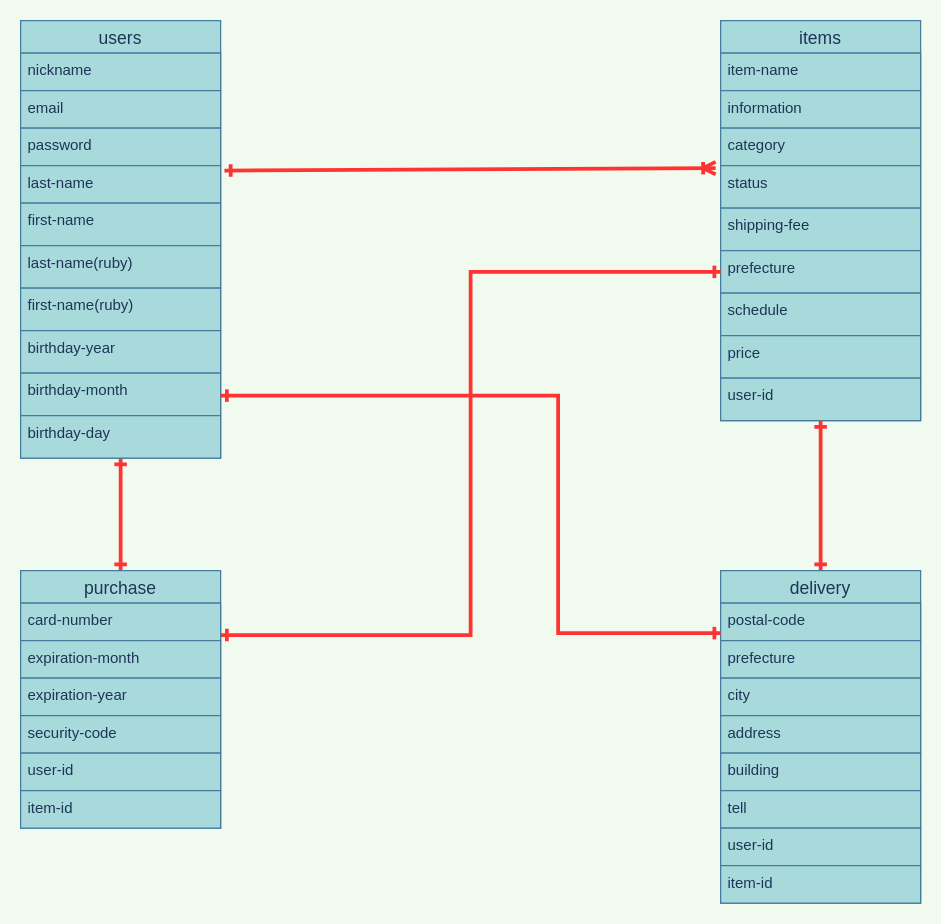
takatakaakiaki/furima-34589 keeps this draw.io diagram as er.dio. Above is the earlier version. Source tidied: cells renumbered, new cells numbered last; positions are measured from the earlier drawing's top-left corner, leaving out a move shared by most shapes. Both pictures are drawn from the tidied source at 125%, with x=0, y=0 at pixel (20, 20).
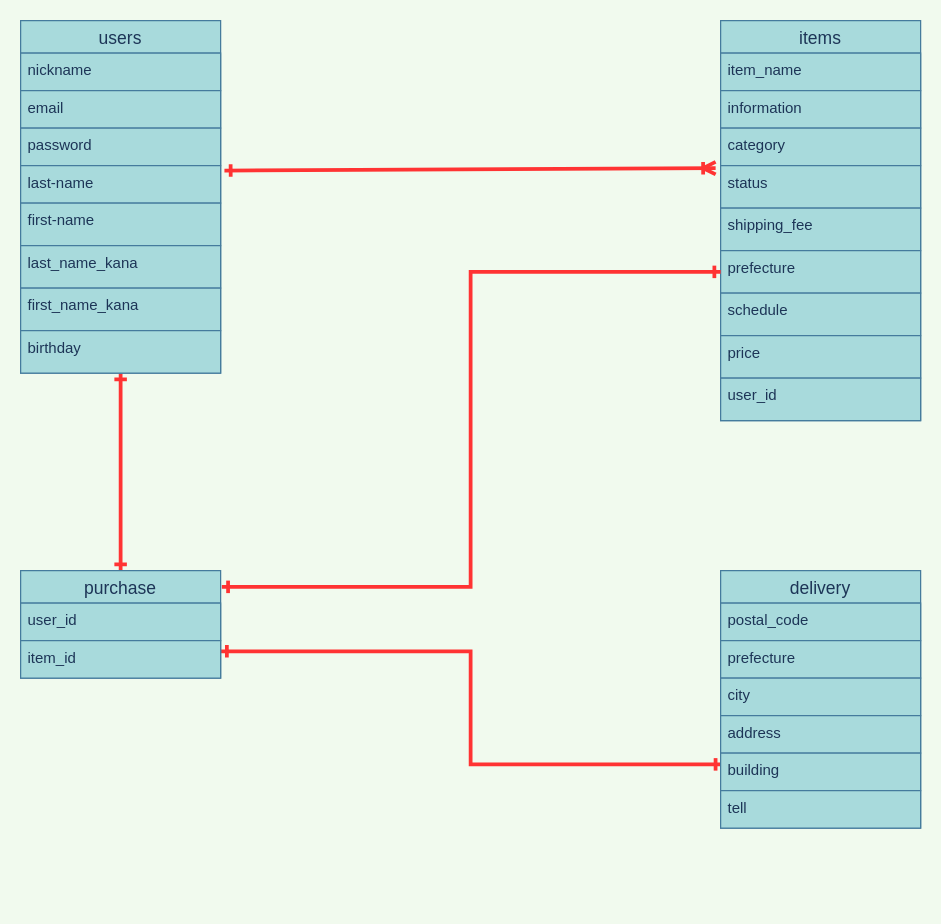
After the change.

Unchanged cells that the change refers to:
```xml
<mxCell id="14" value="items" style="swimlane;fontStyle=0;horizontal=1;startSize=26;align=center;fontSize=14;fillColor=#A8DADC;strokeColor=#457B9D;fontColor=#1D3557;" parent="1" vertex="1">
  <mxGeometry x="560" width="160" height="320" as="geometry" />
</mxCell>
<mxCell id="20" value="prefecture" style="text;strokeColor=#457B9D;fillColor=#A8DADC;spacingLeft=4;spacingRight=4;overflow=hidden;points=[[0,0.5],[1,0.5]];portConstraint=eastwest;fontSize=12;fontColor=#1D3557;" parent="14" vertex="1">
  <mxGeometry y="184" width="160" height="34" as="geometry" />
</mxCell>
<mxCell id="38" value="building" style="text;strokeColor=#457B9D;fillColor=#A8DADC;spacingLeft=4;spacingRight=4;overflow=hidden;points=[[0,0.5],[1,0.5]];portConstraint=eastwest;fontSize=12;fontColor=#1D3557;" parent="33" vertex="1">
  <mxGeometry y="146" width="160" height="30" as="geometry" />
</mxCell>
```

Diff of the diagram source:
```diff
@@
     <mxCell id="3" value="users" style="swimlane;fontStyle=0;horizontal=1;startSize=26;align=center;fontSize=14;fillColor=#A8DADC;strokeColor=#457B9D;fontColor=#1D3557;" parent="1" vertex="1">
-      <mxGeometry width="160" height="350" as="geometry" />
+      <mxGeometry width="160" height="282" as="geometry" />
     </mxCell>
@@
-    <mxCell id="9" value="last-name(ruby)" style="text;strokeColor=#457B9D;fillColor=#A8DADC;spacingLeft=4;spacingRight=4;overflow=hidden;fontSize=12;fontColor=#1D3557;" parent="3" vertex="1">
+    <mxCell id="9" value="last_name_kana" style="text;strokeColor=#457B9D;fillColor=#A8DADC;spacingLeft=4;spacingRight=4;overflow=hidden;fontSize=12;fontColor=#1D3557;" parent="3" vertex="1">
       <mxGeometry y="180" width="160" height="34" as="geometry" />
     </mxCell>
-    <mxCell id="10" value="first-name(ruby)" style="text;strokeColor=#457B9D;fillColor=#A8DADC;spacingLeft=4;spacingRight=4;overflow=hidden;fontSize=12;fontColor=#1D3557;" parent="3" vertex="1">
+    <mxCell id="10" value="first_name_kana" style="text;strokeColor=#457B9D;fillColor=#A8DADC;spacingLeft=4;spacingRight=4;overflow=hidden;fontSize=12;fontColor=#1D3557;" parent="3" vertex="1">
       <mxGeometry y="214" width="160" height="34" as="geometry" />
     </mxCell>
-    <mxCell id="11" value="birthday-year" style="text;strokeColor=#457B9D;fillColor=#A8DADC;spacingLeft=4;spacingRight=4;overflow=hidden;fontSize=12;fontColor=#1D3557;" parent="3" vertex="1">
+    <mxCell id="11" value="birthday" style="text;strokeColor=#457B9D;fillColor=#A8DADC;spacingLeft=4;spacingRight=4;overflow=hidden;fontSize=12;fontColor=#1D3557;" parent="3" vertex="1">
       <mxGeometry y="248" width="160" height="34" as="geometry" />
     </mxCell>
-    <mxCell id="12" value="birthday-month" style="text;strokeColor=#457B9D;fillColor=#A8DADC;spacingLeft=4;spacingRight=4;overflow=hidden;fontSize=12;fontColor=#1D3557;" parent="3" vertex="1">
-      <mxGeometry y="282" width="160" height="34" as="geometry" />
-    </mxCell>
-    <mxCell id="13" value="birthday-day" style="text;strokeColor=#457B9D;fillColor=#A8DADC;spacingLeft=4;spacingRight=4;overflow=hidden;fontSize=12;fontColor=#1D3557;" parent="3" vertex="1">
-      <mxGeometry y="316" width="160" height="34" as="geometry" />
-    </mxCell>
@@
-    <mxCell id="15" value="item-name" style="text;strokeColor=#457B9D;fillColor=#A8DADC;spacingLeft=4;spacingRight=4;overflow=hidden;fontSize=12;fontColor=#1D3557;" parent="14" vertex="1">
+    <mxCell id="15" value="item_name" style="text;strokeColor=#457B9D;fillColor=#A8DADC;spacingLeft=4;spacingRight=4;overflow=hidden;fontSize=12;fontColor=#1D3557;" parent="14" vertex="1">
       <mxGeometry y="26" width="160" height="30" as="geometry" />
     </mxCell>
@@
-    <mxCell id="19" value="shipping-fee" style="text;strokeColor=#457B9D;fillColor=#A8DADC;spacingLeft=4;spacingRight=4;overflow=hidden;fontSize=12;fontColor=#1D3557;" parent="14" vertex="1">
+    <mxCell id="19" value="shipping_fee" style="text;strokeColor=#457B9D;fillColor=#A8DADC;spacingLeft=4;spacingRight=4;overflow=hidden;fontSize=12;fontColor=#1D3557;" parent="14" vertex="1">
       <mxGeometry y="150" width="160" height="34" as="geometry" />
     </mxCell>
@@
-    <mxCell id="23" value="user-id" style="text;strokeColor=#457B9D;fillColor=#A8DADC;spacingLeft=4;spacingRight=4;overflow=hidden;fontSize=12;fontColor=#1D3557;" parent="14" vertex="1">
+    <mxCell id="23" value="user_id" style="text;strokeColor=#457B9D;fillColor=#A8DADC;spacingLeft=4;spacingRight=4;overflow=hidden;fontSize=12;fontColor=#1D3557;" parent="14" vertex="1">
       <mxGeometry y="286" width="160" height="34" as="geometry" />
     </mxCell>
-    <mxCell id="24" style="edgeStyle=orthogonalEdgeStyle;rounded=0;sketch=0;jettySize=auto;html=1;exitX=1;exitY=0.25;exitDx=0;exitDy=0;startArrow=ERone;startFill=0;endArrow=ERone;endFill=0;strokeColor=#FF3333;strokeWidth=3;fillColor=#A8DADC;fontColor=#FF3333;entryX=0;entryY=0.5;entryDx=0;entryDy=0;" parent="1" edge="1" source="25" target="20">
+    <mxCell id="24" style="edgeStyle=orthogonalEdgeStyle;rounded=0;sketch=0;jettySize=auto;html=1;exitX=1.006;exitY=0.151;exitDx=0;exitDy=0;startArrow=ERone;startFill=0;endArrow=ERone;endFill=0;strokeColor=#FF3333;strokeWidth=3;fillColor=#A8DADC;fontColor=#FF3333;entryX=0;entryY=0.5;entryDx=0;entryDy=0;exitPerimeter=0;" parent="1" edge="1" source="25" target="20">
       <mxGeometry relative="1" as="geometry" />
     </mxCell>
+    <mxCell id="44" style="edgeStyle=orthogonalEdgeStyle;rounded=0;sketch=0;jettySize=auto;html=1;exitX=1;exitY=0.75;exitDx=0;exitDy=0;entryX=0.006;entryY=0.3;entryDx=0;entryDy=0;entryPerimeter=0;startArrow=ERone;startFill=0;endArrow=ERone;endFill=0;strokeColor=#FF3333;strokeWidth=3;fillColor=#A8DADC;fontColor=#FF3333;" parent="1" edge="1" source="25" target="38">
+      <mxGeometry relative="1" as="geometry" />
+    </mxCell>
     <mxCell id="25" value="purchase" style="swimlane;fontStyle=0;horizontal=1;startSize=26;align=center;fontSize=14;fillColor=#A8DADC;strokeColor=#457B9D;fontColor=#1D3557;" parent="1" vertex="1">
-      <mxGeometry y="440" width="160" height="206" as="geometry" />
+      <mxGeometry y="440" width="160" height="86" as="geometry" />
     </mxCell>
-    <mxCell id="26" value="card-number" style="text;strokeColor=#457B9D;fillColor=#A8DADC;spacingLeft=4;spacingRight=4;overflow=hidden;fontSize=12;fontColor=#1D3557;" parent="25" vertex="1">
-      <mxGeometry y="26" width="160" height="30" as="geometry" />
-    </mxCell>
-    <mxCell id="27" value="expiration-month" style="text;strokeColor=#457B9D;fillColor=#A8DADC;spacingLeft=4;spacingRight=4;overflow=hidden;fontSize=12;fontColor=#1D3557;" parent="25" vertex="1">
-      <mxGeometry y="56" width="160" height="30" as="geometry" />
-    </mxCell>
-    <mxCell id="28" value="expiration-year" style="text;strokeColor=#457B9D;fillColor=#A8DADC;spacingLeft=4;spacingRight=4;overflow=hidden;fontSize=12;fontColor=#1D3557;" parent="25" vertex="1">
-      <mxGeometry y="86" width="160" height="30" as="geometry" />
-    </mxCell>
-    <mxCell id="29" value="security-code" style="text;strokeColor=#457B9D;fillColor=#A8DADC;spacingLeft=4;spacingRight=4;overflow=hidden;fontSize=12;fontColor=#1D3557;" parent="25" vertex="1">
-      <mxGeometry y="116" width="160" height="30" as="geometry" />
-    </mxCell>
-    <mxCell id="30" value="user-id" style="text;strokeColor=#457B9D;fillColor=#A8DADC;spacingLeft=4;spacingRight=4;overflow=hidden;fontSize=12;fontColor=#1D3557;" parent="25" vertex="1">
-      <mxGeometry y="146" width="160" height="30" as="geometry" />
+    <mxCell id="30" value="user_id" style="text;strokeColor=#457B9D;fillColor=#A8DADC;spacingLeft=4;spacingRight=4;overflow=hidden;fontSize=12;fontColor=#1D3557;" parent="25" vertex="1">
+      <mxGeometry y="26" width="160" height="30" as="geometry" />
     </mxCell>
-    <mxCell id="31" value="item-id" style="text;strokeColor=#457B9D;fillColor=#A8DADC;spacingLeft=4;spacingRight=4;overflow=hidden;fontSize=12;fontColor=#1D3557;" parent="25" vertex="1">
-      <mxGeometry y="176" width="160" height="30" as="geometry" />
+    <mxCell id="31" value="item_id" style="text;strokeColor=#457B9D;fillColor=#A8DADC;spacingLeft=4;spacingRight=4;overflow=hidden;fontSize=12;fontColor=#1D3557;" parent="25" vertex="1">
+      <mxGeometry y="56" width="160" height="30" as="geometry" />
     </mxCell>
-    <mxCell id="32" style="edgeStyle=orthogonalEdgeStyle;curved=0;rounded=1;sketch=0;jettySize=auto;html=1;exitX=0.5;exitY=0;exitDx=0;exitDy=0;entryX=0.5;entryY=1;entryDx=0;entryDy=0;startArrow=ERone;startFill=0;endArrow=ERone;endFill=0;strokeColor=#FF3333;strokeWidth=3;fillColor=#A8DADC;fontColor=#FF3333;" parent="1" edge="1" source="33" target="14">
-      <mxGeometry relative="1" as="geometry" />
-    </mxCell>
     <mxCell id="33" value="delivery" style="swimlane;fontStyle=0;horizontal=1;startSize=26;align=center;fontSize=14;fillColor=#A8DADC;strokeColor=#457B9D;fontColor=#1D3557;" parent="1" vertex="1">
-      <mxGeometry x="560" y="440" width="160" height="266" as="geometry" />
+      <mxGeometry x="560" y="440" width="160" height="206" as="geometry" />
     </mxCell>
-    <mxCell id="34" value="postal-code" style="text;strokeColor=#457B9D;fillColor=#A8DADC;spacingLeft=4;spacingRight=4;overflow=hidden;fontSize=12;fontColor=#1D3557;" parent="33" vertex="1">
+    <mxCell id="34" value="postal_code" style="text;strokeColor=#457B9D;fillColor=#A8DADC;spacingLeft=4;spacingRight=4;overflow=hidden;fontSize=12;fontColor=#1D3557;" parent="33" vertex="1">
       <mxGeometry y="26" width="160" height="30" as="geometry" />
     </mxCell>
@@
-    <mxCell id="40" value="user-id" style="text;strokeColor=#457B9D;fillColor=#A8DADC;spacingLeft=4;spacingRight=4;overflow=hidden;fontSize=12;fontColor=#1D3557;" parent="33" vertex="1">
-      <mxGeometry y="206" width="160" height="30" as="geometry" />
-    </mxCell>
-    <mxCell id="41" value="item-id" style="text;strokeColor=#457B9D;fillColor=#A8DADC;spacingLeft=4;spacingRight=4;overflow=hidden;fontSize=12;fontColor=#1D3557;" parent="33" vertex="1">
-      <mxGeometry y="236" width="160" height="30" as="geometry" />
-    </mxCell>
@@
-    <mxCell id="43" style="edgeStyle=orthogonalEdgeStyle;rounded=0;sketch=0;orthogonalLoop=1;jettySize=auto;html=1;startArrow=ERone;startFill=0;endArrow=ERone;endFill=0;strokeColor=#FF3333;strokeWidth=3;fillColor=#A8DADC;fontColor=#FF3333;" parent="1" edge="1">
-      <mxGeometry relative="1" as="geometry">
-        <mxPoint x="160" y="300" as="sourcePoint" />
-        <mxPoint x="560" y="490" as="targetPoint" />
-        <Array as="points">
-          <mxPoint x="430" y="300" />
-          <mxPoint x="430" y="490" />
-        </Array>
-      </mxGeometry>
-    </mxCell>
```
